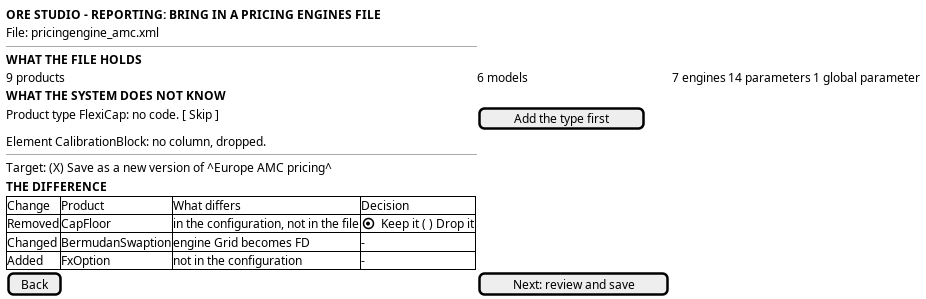
The PlantUML diagram doc/knowledge/journeys/reporting/wireframe_bring_in_a_pricing_engines_file.png in OreStudio/OreStudio, before a commit. Its source is kept beside it as doc/knowledge/journeys/reporting/wireframe_bring_in_a_pricing_engines_file.puml. Source of this version:
```plantuml
@startuml

salt
{
  <b>ORE STUDIO - REPORTING: BRING IN A PRICING ENGINES FILE</b>
  File: pricingengine_amc.xml
  --
  <b>WHAT THE FILE HOLDS</b>
  9 products | 6 models | 7 engines | 14 parameters | 1 global parameter
  <b>WHAT THE SYSTEM DOES NOT KNOW</b>
  Product type FlexiCap: no code. [ Skip ] | [ Add the type first ]
  Element CalibrationBlock: no column, dropped.
  --
  Target: (X) Save as a new version of ^Europe AMC pricing^
  <b>THE DIFFERENCE</b>
  {#
    Change | Product | What differs | Decision
    Removed | CapFloor | in the configuration, not in the file | (X) Keep it ( ) Drop it
    Changed | BermudanSwaption | engine Grid becomes FD | -
    Added | FxOption | not in the configuration | -
  }
  [ Back ] | [ Next: review and save ]
}

@enduml
```
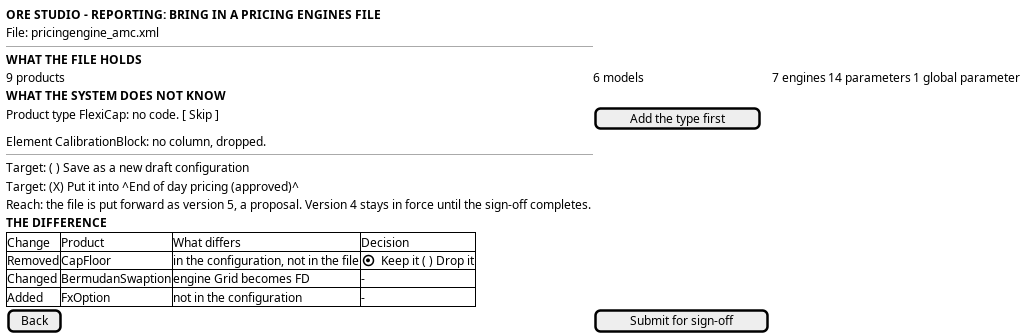
The same file after the commit.

The edit, as a diff of the source:
```diff
@@ -11,7 +11,9 @@
   Product type FlexiCap: no code. [ Skip ] | [ Add the type first ]
   Element CalibrationBlock: no column, dropped.
   --
-  Target: (X) Save as a new version of ^Europe AMC pricing^
+  Target: ( ) Save as a new draft configuration
+  Target: (X) Put it into ^End of day pricing (approved)^
+  Reach: the file is put forward as version 5, a proposal. Version 4 stays in force until the sign-off completes.
   <b>THE DIFFERENCE</b>
   {#
     Change | Product | What differs | Decision
@@ -19,7 +21,7 @@
     Changed | BermudanSwaption | engine Grid becomes FD | -
     Added | FxOption | not in the configuration | -
   }
-  [ Back ] | [ Next: review and save ]
+  [ Back ] | [ Submit for sign-off ]
 }
 
 @enduml
```
